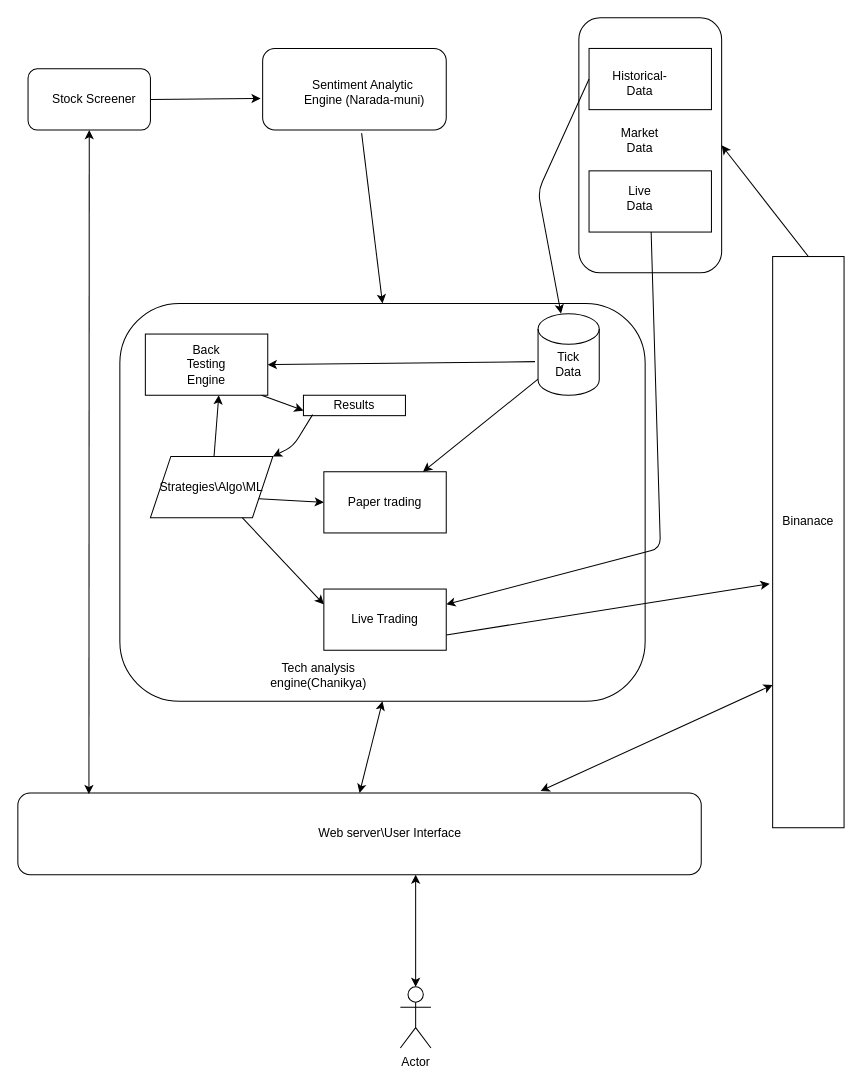
Earlier version of the draw.io diagram docs/CryptoArchitecture.drawio (patnamvamsi/CryptoWebServer). Source tidied: cells renumbered, new cells numbered last; positions are measured from the earlier drawing's top-left corner, leaving out a move shared by most shapes. Both pictures are drawn from the tidied source at 102%, with x=0, y=0 at pixel (17, 17).
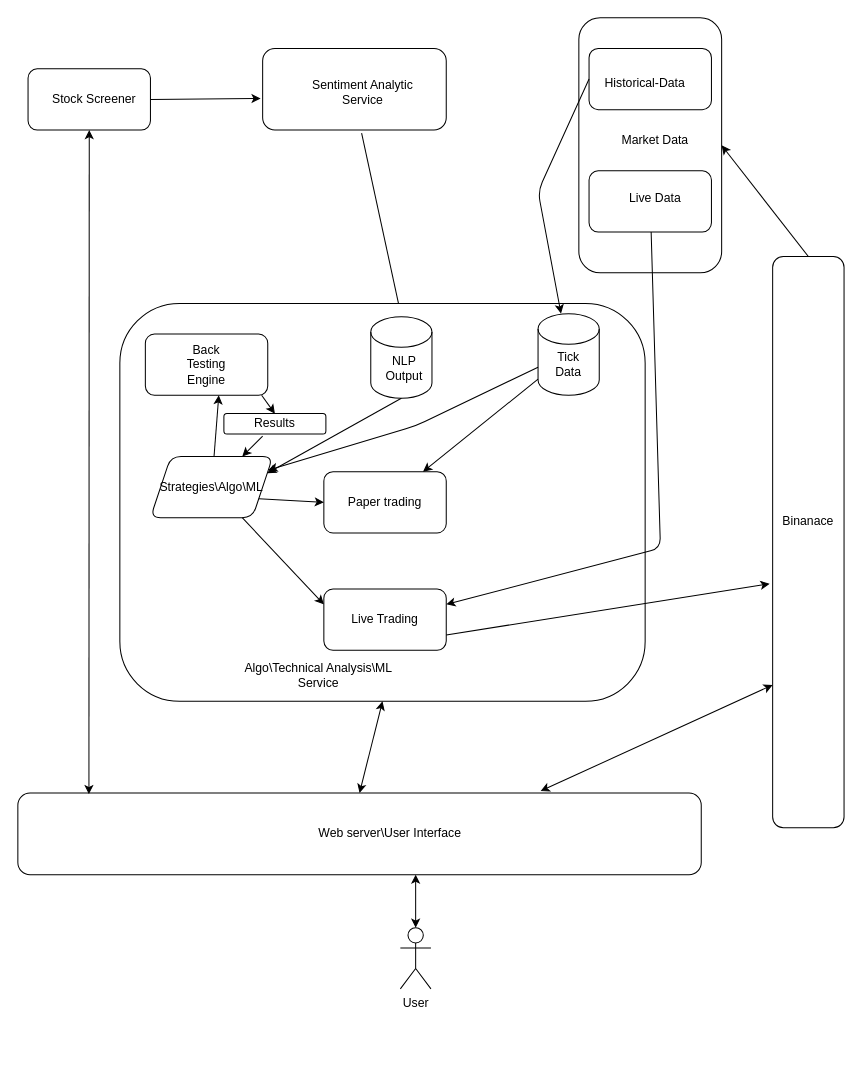
Above is the later version.

Change to the diagram source:
```diff
@@
-<mxGraphModel>
+<mxGraphModel background="#ffffff">
@@
-    <mxCell id="2" style="endArrow=classic;html=1;exitX=1;exitY=0.5;exitDx=0;exitDy=0;entryX=-0.011;entryY=0.613;entryDx=0;entryDy=0;entryPerimeter=0;" parent="1" edge="1" source="14" target="11">
+    <mxCell id="2" style="endArrow=classic;html=1;exitX=1;exitY=0.5;exitDx=0;exitDy=0;entryX=-0.011;entryY=0.613;entryDx=0;entryDy=0;entryPerimeter=0;labelBackgroundColor=none;fontColor=default;rounded=1;" parent="1" edge="1" source="14" target="11">
       <mxGeometry relative="1" as="geometry" />
     </mxCell>
-    <mxCell id="3" style="group;" parent="1" vertex="1">
+    <mxCell id="3" style="group;labelBackgroundColor=none;rounded=1;" parent="1" vertex="1">
       <mxGeometry x="550" width="140" height="250" as="geometry" />
     </mxCell>
-    <mxCell id="4" style="rounded=1;whiteSpace=wrap;html=1;" parent="3" vertex="1">
+    <mxCell id="4" style="rounded=1;whiteSpace=wrap;html=1;labelBackgroundColor=none;" parent="3" vertex="1">
       <mxGeometry width="140" height="250" as="geometry" />
     </mxCell>
-    <mxCell id="5" style="rounded=0;whiteSpace=wrap;html=1;" parent="3" vertex="1">
+    <mxCell id="5" style="rounded=1;whiteSpace=wrap;html=1;labelBackgroundColor=none;" parent="3" vertex="1">
       <mxGeometry x="10" y="30" width="120" height="60" as="geometry" />
     </mxCell>
-    <mxCell id="6" style="rounded=0;whiteSpace=wrap;html=1;" parent="3" vertex="1">
+    <mxCell id="6" style="rounded=1;whiteSpace=wrap;html=1;labelBackgroundColor=none;" parent="3" vertex="1">
       <mxGeometry x="10" y="150" width="120" height="60" as="geometry" />
     </mxCell>
-    <mxCell id="7" value="Live Data" style="text;html=1;strokeColor=none;fillColor=none;align=center;verticalAlign=middle;whiteSpace=wrap;rounded=0;" parent="3" vertex="1">
-      <mxGeometry x="40" y="167" width="40" height="20" as="geometry" />
+    <mxCell id="7" value="Live Data" style="text;html=1;strokeColor=none;fillColor=none;align=center;verticalAlign=middle;whiteSpace=wrap;rounded=1;labelBackgroundColor=none;" parent="3" vertex="1">
+      <mxGeometry x="40" y="167" width="70" height="20" as="geometry" />
     </mxCell>
-    <mxCell id="8" value="Historical- Data" style="text;html=1;strokeColor=none;fillColor=none;align=center;verticalAlign=middle;whiteSpace=wrap;rounded=0;" parent="3" vertex="1">
-      <mxGeometry x="40" y="54" width="40" height="20" as="geometry" />
+    <mxCell id="8" value="Historical-Data" style="text;html=1;strokeColor=none;fillColor=none;align=center;verticalAlign=middle;whiteSpace=wrap;rounded=1;labelBackgroundColor=none;" parent="3" vertex="1">
+      <mxGeometry x="20" y="54" width="90" height="20" as="geometry" />
     </mxCell>
-    <mxCell id="9" value="Market Data" style="text;html=1;strokeColor=none;fillColor=none;align=center;verticalAlign=middle;whiteSpace=wrap;rounded=0;" parent="3" vertex="1">
-      <mxGeometry x="40" y="110" width="40" height="20" as="geometry" />
+    <mxCell id="9" value="Market Data" style="text;html=1;strokeColor=none;fillColor=none;align=center;verticalAlign=middle;whiteSpace=wrap;rounded=1;labelBackgroundColor=none;" parent="3" vertex="1">
+      <mxGeometry x="40" y="110" width="70" height="20" as="geometry" />
     </mxCell>
-    <mxCell id="10" style="group;" parent="1" vertex="1">
+    <mxCell id="10" style="group;labelBackgroundColor=none;rounded=1;" parent="1" vertex="1">
       <mxGeometry x="240" y="40" width="180" height="80" as="geometry" />
     </mxCell>
-    <mxCell id="11" style="rounded=1;whiteSpace=wrap;html=1;" parent="10" vertex="1">
+    <mxCell id="11" style="rounded=1;whiteSpace=wrap;html=1;labelBackgroundColor=none;" parent="10" vertex="1">
       <mxGeometry y="-10" width="180" height="80" as="geometry" />
     </mxCell>
-    <mxCell id="12" value="Sentiment Analytic&amp;nbsp; Engine (Narada-muni)" style="text;html=1;strokeColor=none;fillColor=none;align=center;verticalAlign=middle;whiteSpace=wrap;rounded=0;" parent="10" vertex="1">
+    <mxCell id="12" value="Sentiment Analytic&amp;nbsp; Service&amp;nbsp;" style="text;html=1;strokeColor=none;fillColor=none;align=center;verticalAlign=middle;whiteSpace=wrap;rounded=1;labelBackgroundColor=none;" parent="10" vertex="1">
       <mxGeometry x="30" y="10" width="140" height="45" as="geometry" />
     </mxCell>
-    <mxCell id="13" style="group;" parent="1" vertex="1">
+    <mxCell id="13" style="group;labelBackgroundColor=none;rounded=1;" parent="1" vertex="1">
       <mxGeometry x="10" y="50" width="120" height="60" as="geometry" />
     </mxCell>
-    <mxCell id="14" style="rounded=1;whiteSpace=wrap;html=1;" parent="13" vertex="1">
+    <mxCell id="14" style="rounded=1;whiteSpace=wrap;html=1;labelBackgroundColor=none;" parent="13" vertex="1">
       <mxGeometry width="120" height="60" as="geometry" />
     </mxCell>
-    <mxCell id="15" value="Stock Screener" style="text;html=1;strokeColor=none;fillColor=none;align=center;verticalAlign=middle;whiteSpace=wrap;rounded=0;" parent="13" vertex="1">
+    <mxCell id="15" value="Stock Screener" style="text;html=1;strokeColor=none;fillColor=none;align=center;verticalAlign=middle;whiteSpace=wrap;rounded=1;labelBackgroundColor=none;" parent="13" vertex="1">
       <mxGeometry x="20" y="20" width="90" height="20" as="geometry" />
     </mxCell>
-    <mxCell id="16" style="endArrow=classic;html=1;exitX=0.539;exitY=1.038;exitDx=0;exitDy=0;entryX=0.5;entryY=0;entryDx=0;entryDy=0;exitPerimeter=0;" parent="1" edge="1" source="11" target="17">
+    <mxCell id="16" style="endArrow=classic;html=1;exitX=0.539;exitY=1.038;exitDx=0;exitDy=0;entryX=0.5;entryY=0;entryDx=0;entryDy=0;exitPerimeter=0;labelBackgroundColor=none;fontColor=default;rounded=1;entryPerimeter=0;" parent="1" edge="1" source="11" target="51">
       <mxGeometry relative="1" as="geometry" />
     </mxCell>
-    <mxCell id="17" style="rounded=1;whiteSpace=wrap;html=1;" parent="1" vertex="1">
+    <mxCell id="17" style="rounded=1;whiteSpace=wrap;html=1;labelBackgroundColor=none;" parent="1" vertex="1">
       <mxGeometry x="100" y="280" width="515" height="390" as="geometry" />
     </mxCell>
-    <mxCell id="18" style="group;" parent="1" vertex="1">
+    <mxCell id="18" style="group;labelBackgroundColor=none;rounded=1;" parent="1" vertex="1">
       <mxGeometry x="740" y="234" width="70" height="560" as="geometry" />
     </mxCell>
-    <mxCell id="19" style="rounded=0;whiteSpace=wrap;html=1;" parent="18" vertex="1">
+    <mxCell id="19" style="rounded=1;whiteSpace=wrap;html=1;labelBackgroundColor=none;" parent="18" vertex="1">
       <mxGeometry width="70" height="560" as="geometry" />
     </mxCell>
-    <mxCell id="20" value="Binanace" style="text;html=1;strokeColor=none;fillColor=none;align=center;verticalAlign=middle;whiteSpace=wrap;rounded=0;" parent="18" vertex="1">
+    <mxCell id="20" value="Binanace" style="text;html=1;strokeColor=none;fillColor=none;align=center;verticalAlign=middle;whiteSpace=wrap;rounded=1;labelBackgroundColor=none;" parent="18" vertex="1">
       <mxGeometry x="15" y="200" width="40" height="120" as="geometry" />
     </mxCell>
-    <mxCell id="21" style="shape=cylinder3;whiteSpace=wrap;html=1;boundedLbl=1;backgroundOutline=1;size=15;" parent="1" vertex="1">
+    <mxCell id="21" style="shape=cylinder3;whiteSpace=wrap;html=1;boundedLbl=1;backgroundOutline=1;size=15;labelBackgroundColor=none;rounded=1;" parent="1" vertex="1">
       <mxGeometry x="510" y="290" width="60" height="80" as="geometry" />
     </mxCell>
-    <mxCell id="22" value="Tick Data" style="text;html=1;strokeColor=none;fillColor=none;align=center;verticalAlign=middle;whiteSpace=wrap;rounded=0;" parent="1" vertex="1">
+    <mxCell id="22" value="Tick Data" style="text;html=1;strokeColor=none;fillColor=none;align=center;verticalAlign=middle;whiteSpace=wrap;rounded=1;labelBackgroundColor=none;" parent="1" vertex="1">
       <mxGeometry x="520" y="330" width="40" height="20" as="geometry" />
     </mxCell>
-    <mxCell id="23" value="Tech analysis engine(Chanikya)" style="text;html=1;strokeColor=none;fillColor=none;align=center;verticalAlign=middle;whiteSpace=wrap;rounded=0;" parent="1" vertex="1">
+    <mxCell id="23" value="Algo\Technical Analysis\ML Service" style="text;html=1;strokeColor=none;fillColor=none;align=center;verticalAlign=middle;whiteSpace=wrap;rounded=1;labelBackgroundColor=none;" parent="1" vertex="1">
       <mxGeometry x="215" y="630" width="160" height="30" as="geometry" />
     </mxCell>
-    <mxCell id="24" style="endArrow=classic;html=1;entryX=1;entryY=0.5;entryDx=0;entryDy=0;exitX=0.5;exitY=0;exitDx=0;exitDy=0;" parent="1" edge="1" source="19" target="4">
+    <mxCell id="24" style="endArrow=classic;html=1;entryX=1;entryY=0.5;entryDx=0;entryDy=0;exitX=0.5;exitY=0;exitDx=0;exitDy=0;labelBackgroundColor=none;fontColor=default;rounded=1;" parent="1" edge="1" source="19" target="4">
       <mxGeometry relative="1" as="geometry" />
     </mxCell>
-    <mxCell id="25" style="endArrow=classic;html=1;exitX=0;exitY=0.5;exitDx=0;exitDy=0;" parent="1" edge="1" source="5" target="21">
+    <mxCell id="25" style="endArrow=classic;html=1;exitX=0;exitY=0.5;exitDx=0;exitDy=0;labelBackgroundColor=none;fontColor=default;rounded=1;" parent="1" edge="1" source="5" target="21">
       <mxGeometry relative="1" as="geometry">
         <Array as="points">
           <mxPoint x="510" y="170" />
         </Array>
       </mxGeometry>
     </mxCell>
-    <mxCell id="26" style="group;" parent="1" vertex="1">
+    <mxCell id="26" style="group;labelBackgroundColor=none;rounded=1;" parent="1" vertex="1">
       <mxGeometry x="215" y="470" width="120" height="60" as="geometry" />
     </mxCell>
-    <mxCell id="27" style="group;" parent="26" vertex="1">
+    <mxCell id="27" style="group;labelBackgroundColor=none;rounded=1;" parent="26" vertex="1">
       <mxGeometry x="-90" y="-160" width="120" height="60" as="geometry" />
     </mxCell>
-    <mxCell id="28" style="rounded=0;whiteSpace=wrap;html=1;" parent="27" vertex="1">
+    <mxCell id="28" style="rounded=1;whiteSpace=wrap;html=1;labelBackgroundColor=none;" parent="27" vertex="1">
       <mxGeometry width="120" height="60" as="geometry" />
     </mxCell>
-    <mxCell id="29" value="Back Testing Engine" style="text;html=1;strokeColor=none;fillColor=none;align=center;verticalAlign=middle;whiteSpace=wrap;rounded=0;" parent="27" vertex="1">
+    <mxCell id="29" value="Back Testing Engine" style="text;html=1;strokeColor=none;fillColor=none;align=center;verticalAlign=middle;whiteSpace=wrap;rounded=1;labelBackgroundColor=none;" parent="27" vertex="1">
       <mxGeometry x="40" y="20" width="40" height="20" as="geometry" />
     </mxCell>
-    <mxCell id="30" style="rounded=1;whiteSpace=wrap;html=1;" parent="1" vertex="1">
+    <mxCell id="30" style="rounded=1;whiteSpace=wrap;html=1;labelBackgroundColor=none;" parent="1" vertex="1">
       <mxGeometry y="760" width="670" height="80" as="geometry" />
     </mxCell>
-    <mxCell id="31" value="Web server\User Interface" style="text;html=1;strokeColor=none;fillColor=none;align=center;verticalAlign=middle;whiteSpace=wrap;rounded=0;" parent="1" vertex="1">
+    <mxCell id="31" value="Web server\User Interface" style="text;html=1;strokeColor=none;fillColor=none;align=center;verticalAlign=middle;whiteSpace=wrap;rounded=1;labelBackgroundColor=none;" parent="1" vertex="1">
       <mxGeometry x="260" y="790" width="210" height="20" as="geometry" />
     </mxCell>
-    <mxCell id="32" value="Actor" style="shape=umlActor;verticalLabelPosition=bottom;verticalAlign=top;html=1;outlineConnect=0;" parent="1" vertex="1">
-      <mxGeometry x="375" y="950" width="30" height="60" as="geometry" />
+    <mxCell id="32" value="User" style="shape=umlActor;verticalLabelPosition=bottom;verticalAlign=top;html=1;outlineConnect=0;labelBackgroundColor=none;rounded=1;" parent="1" vertex="1">
+      <mxGeometry x="375" y="892" width="30" height="60" as="geometry" />
     </mxCell>
-    <mxCell id="33" style="endArrow=classic;startArrow=classic;html=1;exitX=0.5;exitY=0;exitDx=0;exitDy=0;exitPerimeter=0;" parent="1" edge="1" source="32">
+    <mxCell id="33" style="endArrow=classic;startArrow=classic;html=1;exitX=0.5;exitY=0;exitDx=0;exitDy=0;exitPerimeter=0;labelBackgroundColor=none;fontColor=default;rounded=1;" parent="1" edge="1" source="32">
       <mxGeometry relative="1" as="geometry">
         <mxPoint x="390" y="840" as="targetPoint" />
       </mxGeometry>
     </mxCell>
-    <mxCell id="34" style="endArrow=classic;startArrow=classic;html=1;exitX=0.5;exitY=0;exitDx=0;exitDy=0;entryX=0.5;entryY=1;entryDx=0;entryDy=0;" parent="1" edge="1" source="30" target="17">
+    <mxCell id="34" style="endArrow=classic;startArrow=classic;html=1;entryX=0.5;entryY=1;entryDx=0;entryDy=0;labelBackgroundColor=none;fontColor=default;rounded=1;exitX=0.5;exitY=0;exitDx=0;exitDy=0;" parent="1" edge="1" source="30" target="17">
       <mxGeometry relative="1" as="geometry" />
     </mxCell>
-    <mxCell id="35" style="endArrow=classic;startArrow=classic;html=1;exitX=0.765;exitY=-0.025;exitDx=0;exitDy=0;entryX=0;entryY=0.75;entryDx=0;entryDy=0;exitPerimeter=0;" parent="1" edge="1" source="30" target="19">
+    <mxCell id="35" style="endArrow=classic;startArrow=classic;html=1;exitX=0.765;exitY=-0.025;exitDx=0;exitDy=0;entryX=0;entryY=0.75;entryDx=0;entryDy=0;exitPerimeter=0;labelBackgroundColor=none;fontColor=default;rounded=1;" parent="1" edge="1" source="30" target="19">
       <mxGeometry relative="1" as="geometry" />
     </mxCell>
-    <mxCell id="36" style="endArrow=classic;startArrow=classic;html=1;entryX=0.5;entryY=1;entryDx=0;entryDy=0;exitX=0.104;exitY=0.013;exitDx=0;exitDy=0;exitPerimeter=0;" parent="1" edge="1" source="30" target="14">
+    <mxCell id="36" style="endArrow=classic;startArrow=classic;html=1;entryX=0.5;entryY=1;entryDx=0;entryDy=0;exitX=0.104;exitY=0.013;exitDx=0;exitDy=0;exitPerimeter=0;labelBackgroundColor=none;fontColor=default;rounded=1;" parent="1" edge="1" source="30" target="14">
       <mxGeometry relative="1" as="geometry" />
     </mxCell>
-    <mxCell id="37" value="Strategies\Algo\ML" style="shape=parallelogram;perimeter=parallelogramPerimeter;whiteSpace=wrap;html=1;fixedSize=1;" parent="1" vertex="1">
+    <mxCell id="37" value="Strategies\Algo\ML" style="shape=parallelogram;perimeter=parallelogramPerimeter;whiteSpace=wrap;html=1;fixedSize=1;labelBackgroundColor=none;rounded=1;" parent="1" vertex="1">
       <mxGeometry x="130" y="430" width="120" height="60" as="geometry" />
     </mxCell>
-    <mxCell id="38" style="endArrow=classic;html=1;entryX=1;entryY=0.5;entryDx=0;entryDy=0;exitX=-0.05;exitY=0.588;exitDx=0;exitDy=0;exitPerimeter=0;" parent="1" edge="1" source="21" target="28">
-      <mxGeometry relative="1" as="geometry" />
-    </mxCell>
-    <mxCell id="39" style="endArrow=classic;html=1;entryX=0.6;entryY=1;entryDx=0;entryDy=0;entryPerimeter=0;" parent="1" edge="1" source="37" target="28">
+    <mxCell id="39" style="endArrow=classic;html=1;entryX=0.6;entryY=1;entryDx=0;entryDy=0;entryPerimeter=0;labelBackgroundColor=none;fontColor=default;rounded=1;" parent="1" edge="1" source="37" target="28">
       <mxGeometry relative="1" as="geometry" />
     </mxCell>
-    <mxCell id="40" value="Paper trading" style="rounded=0;whiteSpace=wrap;html=1;" parent="1" vertex="1">
+    <mxCell id="40" value="Paper trading" style="rounded=1;whiteSpace=wrap;html=1;labelBackgroundColor=none;" parent="1" vertex="1">
       <mxGeometry x="300" y="445" width="120" height="60" as="geometry" />
     </mxCell>
-    <mxCell id="41" value="Results" style="rounded=0;whiteSpace=wrap;html=1;" parent="1" vertex="1">
-      <mxGeometry x="280" y="370" width="100" height="20" as="geometry" />
+    <mxCell id="41" value="Results" style="rounded=1;whiteSpace=wrap;html=1;labelBackgroundColor=none;" parent="1" vertex="1">
+      <mxGeometry x="202" y="388" width="100" height="20" as="geometry" />
     </mxCell>
-    <mxCell id="42" value="Live Trading" style="rounded=0;whiteSpace=wrap;html=1;" parent="1" vertex="1">
+    <mxCell id="42" value="Live Trading" style="rounded=1;whiteSpace=wrap;html=1;labelBackgroundColor=none;" parent="1" vertex="1">
       <mxGeometry x="300" y="560" width="120" height="60" as="geometry" />
     </mxCell>
-    <mxCell id="43" style="endArrow=classic;html=1;exitX=0.95;exitY=1;exitDx=0;exitDy=0;exitPerimeter=0;entryX=0;entryY=0.75;entryDx=0;entryDy=0;" parent="1" edge="1" source="28" target="41">
+    <mxCell id="43" style="endArrow=classic;html=1;exitX=0.95;exitY=1;exitDx=0;exitDy=0;exitPerimeter=0;entryX=0.5;entryY=0;entryDx=0;entryDy=0;labelBackgroundColor=none;fontColor=default;rounded=1;" parent="1" edge="1" source="28" target="41">
       <mxGeometry relative="1" as="geometry" />
     </mxCell>
-    <mxCell id="44" style="endArrow=classic;html=1;exitX=1;exitY=0.75;exitDx=0;exitDy=0;entryX=0;entryY=0.5;entryDx=0;entryDy=0;" parent="1" edge="1" source="37" target="40">
+    <mxCell id="44" style="endArrow=classic;html=1;exitX=1;exitY=0.75;exitDx=0;exitDy=0;entryX=0;entryY=0.5;entryDx=0;entryDy=0;labelBackgroundColor=none;fontColor=default;rounded=1;" parent="1" edge="1" source="37" target="40">
       <mxGeometry relative="1" as="geometry" />
     </mxCell>
-    <mxCell id="45" style="endArrow=classic;html=1;exitX=0.75;exitY=1;exitDx=0;exitDy=0;entryX=0;entryY=0.25;entryDx=0;entryDy=0;" parent="1" edge="1" source="37" target="42">
+    <mxCell id="45" style="endArrow=classic;html=1;exitX=0.75;exitY=1;exitDx=0;exitDy=0;entryX=0;entryY=0.25;entryDx=0;entryDy=0;labelBackgroundColor=none;fontColor=default;rounded=1;" parent="1" edge="1" source="37" target="42">
       <mxGeometry relative="1" as="geometry" />
     </mxCell>
-    <mxCell id="46" style="endArrow=classic;html=1;exitX=0.09;exitY=0.95;exitDx=0;exitDy=0;exitPerimeter=0;" parent="1" edge="1" source="41" target="37">
+    <mxCell id="46" style="endArrow=classic;html=1;labelBackgroundColor=none;fontColor=default;rounded=1;" parent="1" edge="1" target="37">
       <mxGeometry relative="1" as="geometry">
-        <Array as="points">
-          <mxPoint x="270" y="420" />
-        </Array>
+        <mxPoint x="240" y="410" as="sourcePoint" />
       </mxGeometry>
     </mxCell>
-    <mxCell id="47" style="endArrow=classic;html=1;" parent="1" edge="1" source="21" target="40">
+    <mxCell id="47" style="endArrow=classic;html=1;labelBackgroundColor=none;fontColor=default;rounded=1;" parent="1" edge="1" source="21" target="40">
       <mxGeometry relative="1" as="geometry" />
     </mxCell>
-    <mxCell id="48" style="endArrow=classic;html=1;entryX=1;entryY=0.25;entryDx=0;entryDy=0;" parent="1" edge="1" source="6" target="42">
+    <mxCell id="48" style="endArrow=classic;html=1;entryX=1;entryY=0.25;entryDx=0;entryDy=0;labelBackgroundColor=none;fontColor=default;rounded=1;" parent="1" edge="1" source="6" target="42">
       <mxGeometry relative="1" as="geometry">
         <Array as="points">
           <mxPoint x="630" y="520" />
         </Array>
       </mxGeometry>
     </mxCell>
-    <mxCell id="49" style="endArrow=classic;html=1;exitX=1;exitY=0.75;exitDx=0;exitDy=0;entryX=-0.043;entryY=0.573;entryDx=0;entryDy=0;entryPerimeter=0;" parent="1" edge="1" source="42" target="19">
+    <mxCell id="49" style="endArrow=classic;html=1;exitX=1;exitY=0.75;exitDx=0;exitDy=0;entryX=-0.043;entryY=0.573;entryDx=0;entryDy=0;entryPerimeter=0;labelBackgroundColor=none;fontColor=default;rounded=1;" parent="1" edge="1" source="42" target="19">
       <mxGeometry relative="1" as="geometry" />
     </mxCell>
+    <mxCell id="50" style="endArrow=classic;html=1;labelBackgroundColor=none;fontColor=default;rounded=1;exitX=0;exitY=0;exitDx=0;exitDy=52.5;exitPerimeter=0;" parent="1" edge="1" source="21" target="37">
+      <mxGeometry relative="1" as="geometry">
+        <Array as="points">
+          <mxPoint x="390" y="400" />
+        </Array>
+      </mxGeometry>
+    </mxCell>
+    <mxCell id="51" style="shape=cylinder3;whiteSpace=wrap;html=1;boundedLbl=1;backgroundOutline=1;size=15;labelBackgroundColor=none;rounded=1;" parent="1" vertex="1">
+      <mxGeometry x="346" y="293" width="60" height="80" as="geometry" />
+    </mxCell>
+    <mxCell id="52" value="NLP Output" style="text;html=1;strokeColor=none;fillColor=none;align=center;verticalAlign=middle;whiteSpace=wrap;rounded=1;labelBackgroundColor=none;" parent="1" vertex="1">
+      <mxGeometry x="359" y="334" width="40" height="20" as="geometry" />
+    </mxCell>
+    <mxCell id="53" style="endArrow=classic;html=1;exitX=0.5;exitY=1;exitDx=0;exitDy=0;entryX=1;entryY=0.25;entryDx=0;entryDy=0;exitPerimeter=0;labelBackgroundColor=none;fontColor=default;rounded=1;" parent="1" edge="1" source="51" target="37">
+      <mxGeometry relative="1" as="geometry" />
+    </mxCell>
```
